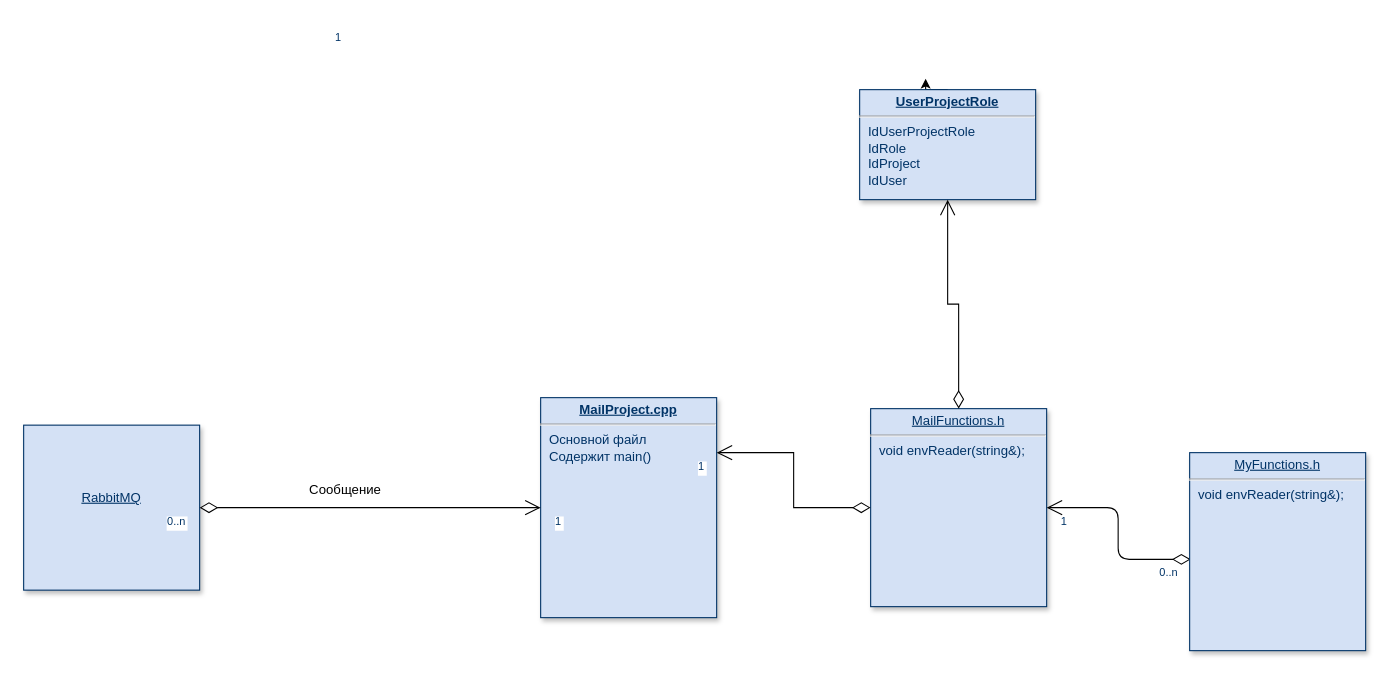
Jorge-Balls-IV/E-mail-microservice keeps this draw.io diagram as Диаграмма без названия.drawio. Above is the earlier version. Source tidied: cells renumbered, new cells numbered last; positions are measured from the earlier drawing's top-left corner, leaving out a move shared by most shapes. Both pictures are drawn from the tidied source at 110%, with x=0, y=0 at pixel (23, 78).
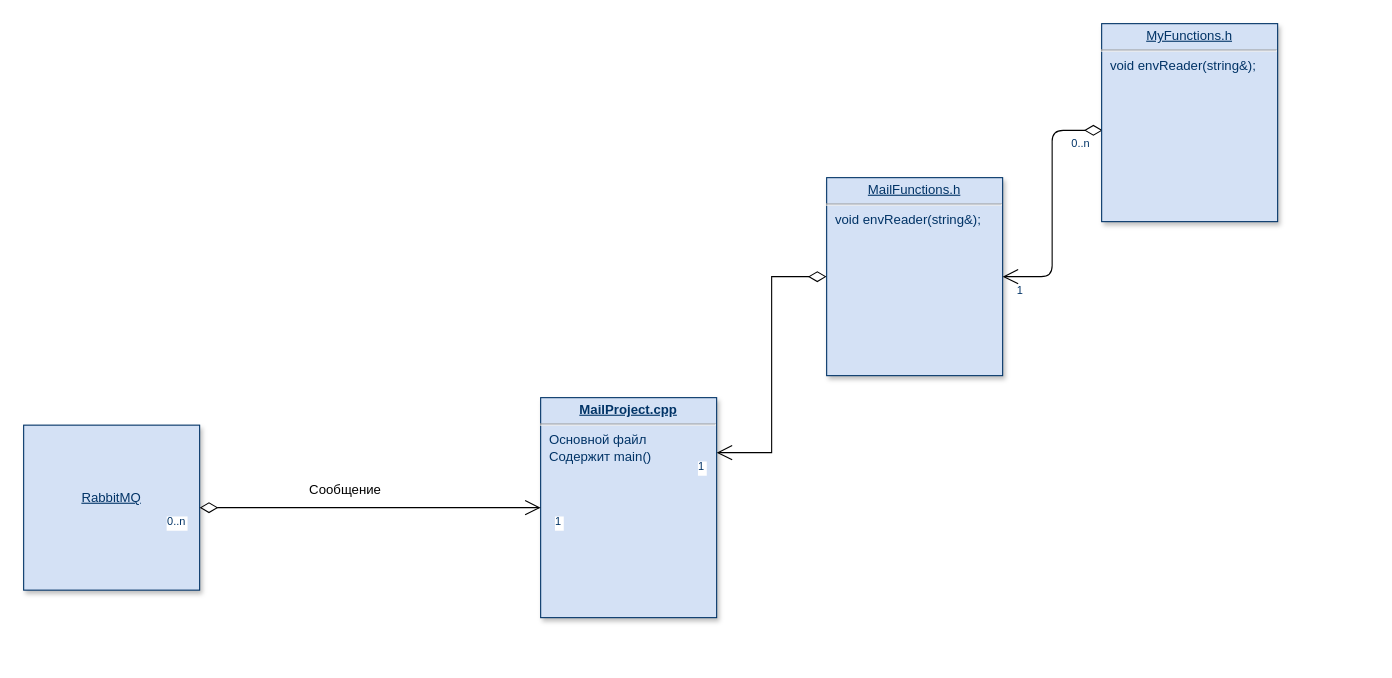
After the change.

Change to the diagram source:
```diff
@@
     <mxCell id="2" value="&lt;p style=&quot;margin: 0px; margin-top: 4px; text-align: center; text-decoration: underline;&quot;&gt;MailFunctions.h&lt;/p&gt;&lt;hr&gt;&lt;p style=&quot;margin: 0px; margin-left: 8px;&quot;&gt;void envReader(string&amp;amp;);&lt;/p&gt;" style="verticalAlign=top;align=left;overflow=fill;fontSize=12;fontFamily=Helvetica;html=1;strokeColor=#003366;shadow=1;fillColor=#D4E1F5;fontColor=#003366;" parent="1" vertex="1">
-      <mxGeometry x="770" y="300" width="160" height="180" as="geometry" />
+      <mxGeometry x="730" y="90" width="160" height="180" as="geometry" />
     </mxCell>
-    <mxCell id="3" style="edgeStyle=orthogonalEdgeStyle;rounded=0;jettySize=auto;html=1;exitX=0.5;exitY=0;exitDx=0;exitDy=0;" parent="1" edge="1" source="4">
-      <mxGeometry relative="1" as="geometry">
-        <mxPoint x="820" as="targetPoint" />
-      </mxGeometry>
-    </mxCell>
-    <mxCell id="4" value="&lt;p style=&quot;margin: 0px; margin-top: 4px; text-align: center; text-decoration: underline;&quot;&gt;&lt;strong&gt;UserProjectRole&lt;/strong&gt;&lt;/p&gt;&lt;hr /&gt;&lt;p style=&quot;margin: 0px; margin-left: 8px;&quot;&gt;IdUserProjectRole&lt;/p&gt;&lt;p style=&quot;margin: 0px; margin-left: 8px;&quot;&gt;IdRole&lt;/p&gt;&lt;p style=&quot;margin: 0px; margin-left: 8px;&quot;&gt;IdProject&lt;/p&gt;&lt;p style=&quot;margin: 0px; margin-left: 8px;&quot;&gt;IdUser&lt;/p&gt;" style="verticalAlign=top;align=left;overflow=fill;fontSize=12;fontFamily=Helvetica;html=1;strokeColor=#003366;shadow=1;fillColor=#D4E1F5;fontColor=#003366;" parent="1" vertex="1">
-      <mxGeometry x="760" y="10" width="160" height="100" as="geometry" />
-    </mxCell>
@@
-    <mxCell id="7" style="endArrow=open;endSize=12;startArrow=diamondThin;startSize=14;startFill=0;edgeStyle=orthogonalEdgeStyle;rounded=0;" parent="1" edge="1" source="2" target="4">
-      <mxGeometry x="519.4" y="180" as="geometry" />
-    </mxCell>
-    <mxCell id="8" value="1" style="align=right;verticalAlign=top;labelBackgroundColor=#ffffff;fontSize=10;strokeColor=#003366;shadow=1;fillColor=#D4E1F5;fontColor=#003366;" parent="7" vertex="1">
-      <mxGeometry x="1" relative="1" as="geometry">
-        <mxPoint x="-550" y="-160" as="offset" />
-      </mxGeometry>
-    </mxCell>
@@
     <mxCell id="18" value="&lt;p style=&quot;margin: 0px; margin-top: 4px; text-align: center; text-decoration: underline;&quot;&gt;MyFunctions.h&lt;/p&gt;&lt;hr&gt;&lt;p style=&quot;margin: 0px; margin-left: 8px;&quot;&gt;void envReader(string&amp;amp;);&lt;/p&gt;" style="verticalAlign=top;align=left;overflow=fill;fontSize=12;fontFamily=Helvetica;html=1;strokeColor=#003366;shadow=1;fillColor=#D4E1F5;fontColor=#003366;" parent="1" vertex="1">
-      <mxGeometry x="1060" y="340" width="160" height="180" as="geometry" />
+      <mxGeometry x="980" y="-50" width="160" height="180" as="geometry" />
     </mxCell>
```
